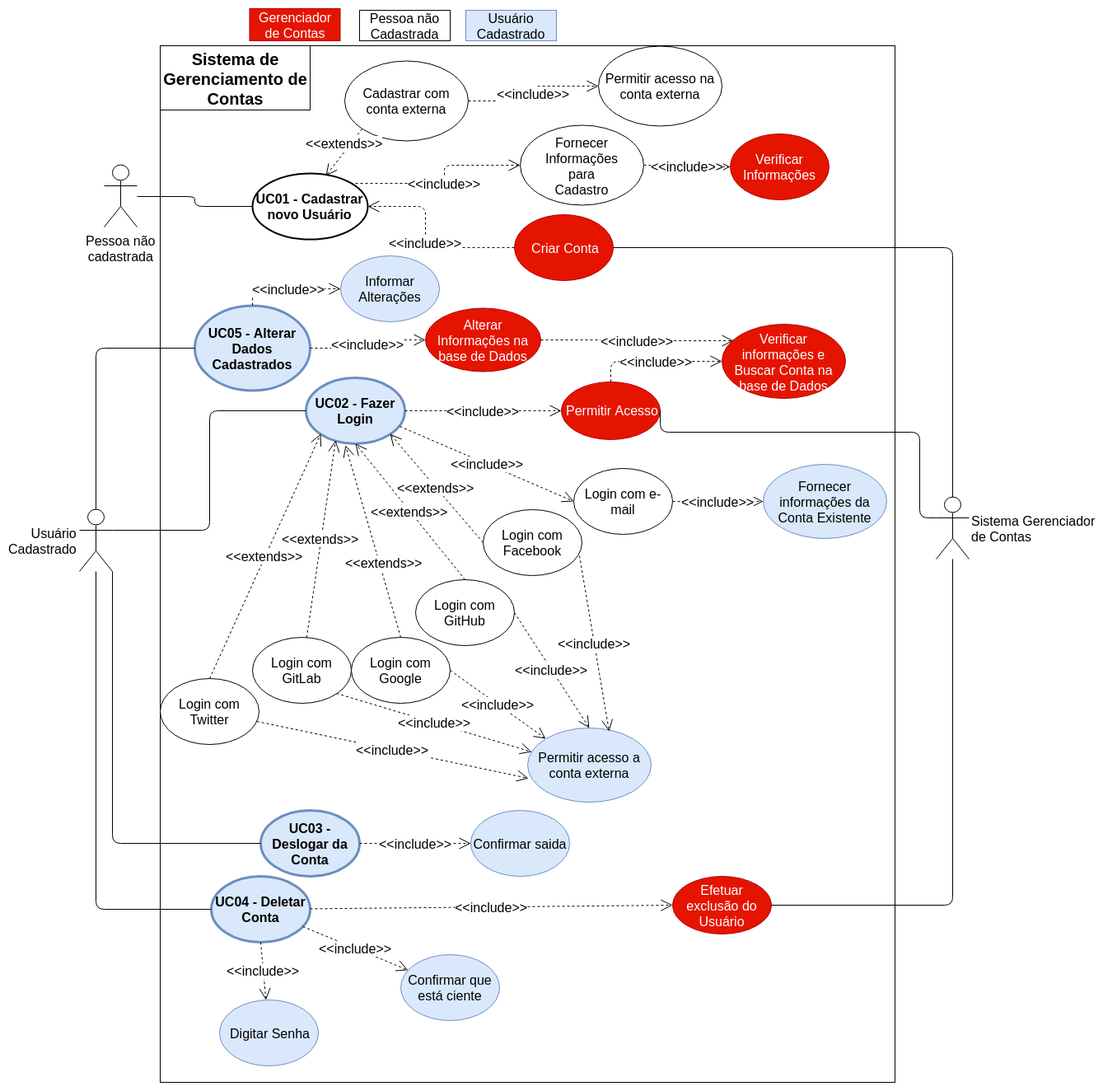
Earlier version of the draw.io export docs/img/Modelagem/dcu2_contas.png (MarcosNBJ/2019.1-RocketChat). Source tidied: cells renumbered, new cells last; positions are measured from the earlier drawing's top-left corner, leaving out a move shared by most shapes.
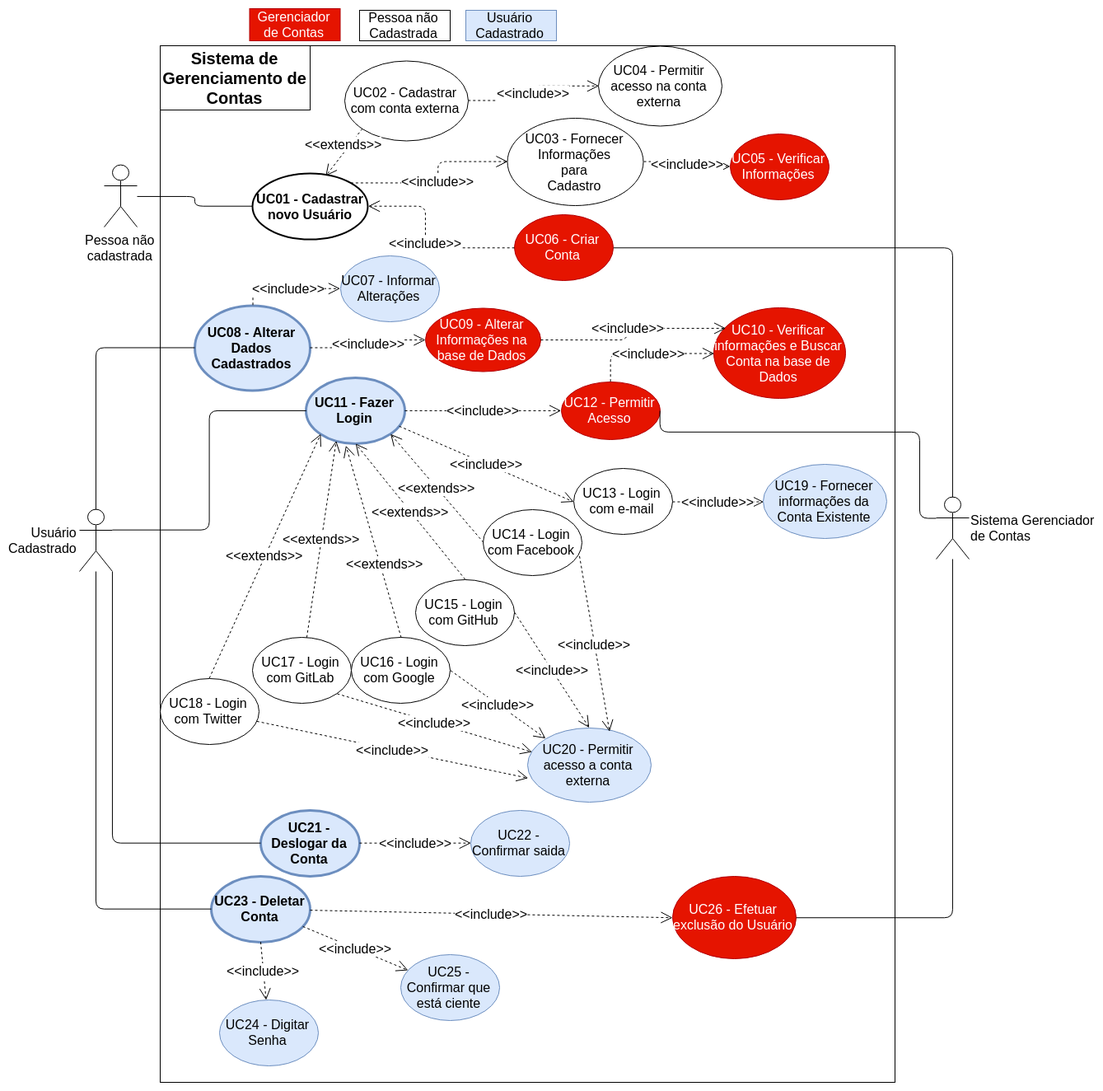
Above is the later version.

The edit, as a diff of the source:
```diff
@@ -11,17 +11,17 @@
     <mxCell id="4" value="Sistema Gerenciador&lt;br style=&quot;font-size: 16px;&quot;&gt;de Contas&lt;br style=&quot;font-size: 16px;&quot;&gt;" style="shape=umlActor;verticalLabelPosition=middle;labelBackgroundColor=#ffffff;verticalAlign=middle;html=1;outlineConnect=0;fontSize=16;labelPosition=right;align=left;" parent="1" vertex="1">
       <mxGeometry x="1040" y="593" width="40" height="75" as="geometry" />
     </mxCell>
-    <mxCell id="5" value="UC02 - Fazer Login&lt;br style=&quot;font-size: 16px&quot;&gt;" style="ellipse;whiteSpace=wrap;html=1;fillColor=#dae8fc;strokeColor=#6c8ebf;strokeWidth=3;fontStyle=1;fontSize=16;" parent="1" vertex="1">
+    <mxCell id="5" value="UC11 - Fazer Login&lt;br style=&quot;font-size: 16px&quot;&gt;" style="ellipse;whiteSpace=wrap;html=1;fillColor=#dae8fc;strokeColor=#6c8ebf;strokeWidth=3;fontStyle=1;fontSize=16;" parent="1" vertex="1">
       <mxGeometry x="275" y="448" width="120" height="80" as="geometry" />
     </mxCell>
-    <mxCell id="6" value="Fornecer&lt;br style=&quot;font-size: 16px&quot;&gt;informações da&lt;br style=&quot;font-size: 16px&quot;&gt;Conta Existente&lt;br style=&quot;font-size: 16px&quot;&gt;" style="ellipse;whiteSpace=wrap;html=1;fillColor=#dae8fc;strokeColor=#6c8ebf;fontSize=16;" parent="1" vertex="1">
+    <mxCell id="6" value="UC19 - Fornecer&lt;br style=&quot;font-size: 16px&quot;&gt;informações da&lt;br style=&quot;font-size: 16px&quot;&gt;Conta Existente&lt;br style=&quot;font-size: 16px&quot;&gt;" style="ellipse;whiteSpace=wrap;html=1;fillColor=#dae8fc;strokeColor=#6c8ebf;fontSize=16;" parent="1" vertex="1">
       <mxGeometry x="830" y="553" width="150" height="90" as="geometry" />
     </mxCell>
     <mxCell id="7" value="UC01 - Cadastrar novo Usuário&lt;br style=&quot;font-size: 16px&quot;&gt;" style="ellipse;whiteSpace=wrap;html=1;fontStyle=1;strokeWidth=2;fontSize=16;" parent="1" vertex="1">
       <mxGeometry x="210" y="200" width="140" height="80" as="geometry" />
     </mxCell>
-    <mxCell id="8" value="Fornecer Informações&lt;br style=&quot;font-size: 16px;&quot;&gt;para&lt;br style=&quot;font-size: 16px;&quot;&gt;Cadastro&lt;br style=&quot;font-size: 16px;&quot;&gt;" style="ellipse;whiteSpace=wrap;html=1;fontSize=16;" parent="1" vertex="1">
-      <mxGeometry x="535" y="141.5" width="150" height="97" as="geometry" />
+    <mxCell id="8" value="UC03 - Fornecer Informações&lt;br style=&quot;font-size: 16px&quot;&gt;para&lt;br style=&quot;font-size: 16px&quot;&gt;Cadastro&lt;br style=&quot;font-size: 16px&quot;&gt;" style="ellipse;whiteSpace=wrap;html=1;fontSize=16;" parent="1" vertex="1">
+      <mxGeometry x="520" y="133" width="165" height="106" as="geometry" />
     </mxCell>
     <mxCell id="9" style="endArrow=none;html=1;exitX=0;exitY=0.5;exitDx=0;exitDy=0;edgeStyle=orthogonalEdgeStyle;fontSize=16;entryX=1;entryY=0.3333333333333333;entryDx=0;entryDy=0;entryPerimeter=0;" parent="1" edge="1" source="5" target="3">
       <mxGeometry relative="1" as="geometry" />
@@ -32,11 +32,11 @@
     <mxCell id="11" value="&amp;lt;&amp;lt;include&amp;gt;&amp;gt;" style="endArrow=open;endSize=12;dashed=1;html=1;entryX=0;entryY=0.5;entryDx=0;entryDy=0;exitX=1;exitY=0;exitDx=0;exitDy=0;edgeStyle=orthogonalEdgeStyle;fontSize=16;" parent="1" edge="1" source="7" target="8">
       <mxGeometry relative="1" as="geometry" />
     </mxCell>
-    <mxCell id="12" value="Criar Conta&lt;br style=&quot;font-size: 16px;&quot;&gt;" style="ellipse;whiteSpace=wrap;html=1;fillColor=#e51400;strokeColor=#B20000;fontColor=#ffffff;fontSize=16;" parent="1" vertex="1">
+    <mxCell id="12" value="UC06 - Criar Conta&lt;br style=&quot;font-size: 16px&quot;&gt;" style="ellipse;whiteSpace=wrap;html=1;fillColor=#e51400;strokeColor=#B20000;fontColor=#ffffff;fontSize=16;" parent="1" vertex="1">
       <mxGeometry x="528" y="250" width="120" height="80" as="geometry" />
     </mxCell>
-    <mxCell id="13" value="Verificar informações e Buscar Conta na base de Dados&lt;br style=&quot;font-size: 16px;&quot;&gt;" style="ellipse;whiteSpace=wrap;html=1;fillColor=#e51400;strokeColor=#B20000;fontColor=#ffffff;fontSize=16;" parent="1" vertex="1">
-      <mxGeometry x="780" y="383" width="150" height="90" as="geometry" />
+    <mxCell id="13" value="UC10 - Verificar informações e Buscar Conta na base de Dados&lt;br style=&quot;font-size: 16px&quot;&gt;" style="ellipse;whiteSpace=wrap;html=1;fillColor=#e51400;strokeColor=#B20000;fontColor=#ffffff;fontSize=16;" parent="1" vertex="1">
+      <mxGeometry x="770" y="363" width="160" height="110" as="geometry" />
     </mxCell>
     <mxCell id="14" style="endArrow=none;html=1;exitX=1;exitY=0.5;exitDx=0;exitDy=0;edgeStyle=orthogonalEdgeStyle;fontSize=16;" parent="1" edge="1" source="12" target="4">
       <mxGeometry relative="1" as="geometry" />
@@ -55,7 +55,7 @@
     <mxCell id="17" value="&amp;lt;&amp;lt;include&amp;gt;&amp;gt;" style="endArrow=open;endSize=12;dashed=1;html=1;edgeStyle=orthogonalEdgeStyle;fontSize=16;exitX=1;exitY=0.5;exitDx=0;exitDy=0;entryX=0;entryY=0.5;entryDx=0;entryDy=0;" parent="1" edge="1" source="35" target="6">
       <mxGeometry relative="1" as="geometry" />
     </mxCell>
-    <mxCell id="18" value="Permitir Acesso" style="ellipse;whiteSpace=wrap;html=1;fillColor=#e51400;strokeColor=#B20000;fontColor=#ffffff;fontSize=16;" parent="1" vertex="1">
+    <mxCell id="18" value="UC12 - Permitir Acesso" style="ellipse;whiteSpace=wrap;html=1;fillColor=#e51400;strokeColor=#B20000;fontColor=#ffffff;fontSize=16;" parent="1" vertex="1">
       <mxGeometry x="585" y="452.5" width="120" height="70" as="geometry" />
     </mxCell>
     <mxCell id="19" style="endArrow=none;html=1;exitX=1;exitY=0.5;exitDx=0;exitDy=0;edgeStyle=orthogonalEdgeStyle;fontSize=16;entryX=0;entryY=0.3333333333333333;entryDx=0;entryDy=0;entryPerimeter=0;" parent="1" edge="1" source="18" target="4">
@@ -81,10 +81,10 @@
     <mxCell id="24" value="Usuário Cadastrado" style="rounded=0;whiteSpace=wrap;html=1;fillColor=#dae8fc;strokeColor=#6c8ebf;fontSize=16;" parent="1" vertex="1">
       <mxGeometry x="469" y="2" width="110" height="37" as="geometry" />
     </mxCell>
-    <mxCell id="25" value="UC05 - Alterar Dados&lt;br style=&quot;font-size: 16px&quot;&gt;Cadastrados&lt;br style=&quot;font-size: 16px&quot;&gt;" style="ellipse;whiteSpace=wrap;html=1;fillColor=#dae8fc;strokeColor=#6c8ebf;fontSize=16;strokeWidth=3;fontStyle=1;" parent="1" vertex="1">
+    <mxCell id="25" value="UC08 - Alterar Dados&lt;br style=&quot;font-size: 16px&quot;&gt;Cadastrados&lt;br style=&quot;font-size: 16px&quot;&gt;" style="ellipse;whiteSpace=wrap;html=1;fillColor=#dae8fc;strokeColor=#6c8ebf;fontSize=16;strokeWidth=3;fontStyle=1;" parent="1" vertex="1">
       <mxGeometry x="140" y="360" width="140" height="103" as="geometry" />
     </mxCell>
-    <mxCell id="26" value="Informar Alterações" style="ellipse;whiteSpace=wrap;html=1;fillColor=#dae8fc;strokeColor=#6c8ebf;fontSize=16;" parent="1" vertex="1">
+    <mxCell id="26" value="UC07 - Informar Alterações" style="ellipse;whiteSpace=wrap;html=1;fillColor=#dae8fc;strokeColor=#6c8ebf;fontSize=16;" parent="1" vertex="1">
       <mxGeometry x="316.5" y="300" width="120" height="80" as="geometry" />
     </mxCell>
     <mxCell id="27" style="endArrow=none;html=1;exitX=0;exitY=0.5;exitDx=0;exitDy=0;edgeStyle=orthogonalEdgeStyle;fontSize=16;" parent="1" edge="1" source="25" target="3">
@@ -93,10 +93,10 @@
     <mxCell id="28" value="&amp;lt;&amp;lt;include&amp;gt;&amp;gt;" style="endArrow=open;endSize=12;dashed=1;html=1;entryX=0;entryY=0.5;entryDx=0;entryDy=0;exitX=0.5;exitY=0;exitDx=0;exitDy=0;edgeStyle=orthogonalEdgeStyle;fontSize=16;" parent="1" edge="1" source="25" target="26">
       <mxGeometry relative="1" as="geometry" />
     </mxCell>
-    <mxCell id="29" value="Verificar Informações&lt;br style=&quot;font-size: 16px;&quot;&gt;" style="ellipse;whiteSpace=wrap;html=1;fillColor=#e51400;strokeColor=#B20000;fontColor=#ffffff;fontSize=16;" parent="1" vertex="1">
+    <mxCell id="29" value="UC05 - Verificar Informações&lt;br style=&quot;font-size: 16px&quot;&gt;" style="ellipse;whiteSpace=wrap;html=1;fillColor=#e51400;strokeColor=#B20000;fontColor=#ffffff;fontSize=16;" parent="1" vertex="1">
       <mxGeometry x="790" y="151.5" width="120" height="80" as="geometry" />
     </mxCell>
-    <mxCell id="30" value="Alterar Informações na base de Dados" style="ellipse;whiteSpace=wrap;html=1;fillColor=#e51400;strokeColor=#B20000;fontColor=#ffffff;fontSize=16;" parent="1" vertex="1">
+    <mxCell id="30" value="UC09 - Alterar Informações na base de Dados" style="ellipse;whiteSpace=wrap;html=1;fillColor=#e51400;strokeColor=#B20000;fontColor=#ffffff;fontSize=16;" parent="1" vertex="1">
       <mxGeometry x="420" y="363" width="140" height="77" as="geometry" />
     </mxCell>
     <mxCell id="31" value="&amp;lt;&amp;lt;include&amp;gt;&amp;gt;" style="endArrow=open;endSize=12;dashed=1;html=1;entryX=0;entryY=0.5;entryDx=0;entryDy=0;exitX=1;exitY=0.5;exitDx=0;exitDy=0;edgeStyle=orthogonalEdgeStyle;fontSize=16;" parent="1" edge="1" source="25" target="30">
@@ -111,16 +111,16 @@
     <mxCell id="34" value="&amp;lt;&amp;lt;include&amp;gt;&amp;gt;" style="endArrow=open;endSize=12;dashed=1;html=1;edgeStyle=orthogonalEdgeStyle;fontSize=16;" parent="1" edge="1" source="8" target="29">
       <mxGeometry relative="1" as="geometry" />
     </mxCell>
-    <mxCell id="35" value="Login com e-mail" style="ellipse;whiteSpace=wrap;html=1;strokeWidth=1;fontSize=16;" parent="1" vertex="1">
+    <mxCell id="35" value="UC13 - Login com e-mail" style="ellipse;whiteSpace=wrap;html=1;strokeWidth=1;fontSize=16;" parent="1" vertex="1">
       <mxGeometry x="600" y="558" width="120" height="80" as="geometry" />
     </mxCell>
-    <mxCell id="36" value="Login com Facebook" style="ellipse;whiteSpace=wrap;html=1;strokeWidth=1;fontSize=16;" parent="1" vertex="1">
+    <mxCell id="36" value="UC14 - Login com Facebook" style="ellipse;whiteSpace=wrap;html=1;strokeWidth=1;fontSize=16;" parent="1" vertex="1">
       <mxGeometry x="490" y="608" width="120" height="80" as="geometry" />
     </mxCell>
-    <mxCell id="37" value="Login com GitHub" style="ellipse;whiteSpace=wrap;html=1;strokeWidth=1;fontSize=16;" parent="1" vertex="1">
+    <mxCell id="37" value="UC15 - Login com GitHub" style="ellipse;whiteSpace=wrap;html=1;strokeWidth=1;fontSize=16;" parent="1" vertex="1">
       <mxGeometry x="408" y="693" width="120" height="80" as="geometry" />
     </mxCell>
-    <mxCell id="38" value="Login com Google" style="ellipse;whiteSpace=wrap;html=1;strokeWidth=1;fontSize=16;" parent="1" vertex="1">
+    <mxCell id="38" value="UC16 - Login com Google" style="ellipse;whiteSpace=wrap;html=1;strokeWidth=1;fontSize=16;" parent="1" vertex="1">
       <mxGeometry x="330" y="763" width="120" height="80" as="geometry" />
     </mxCell>
     <mxCell id="39" value="&amp;lt;&amp;lt;include&amp;gt;&amp;gt;" style="endArrow=open;endSize=12;dashed=1;html=1;fontSize=16;entryX=0;entryY=0.5;entryDx=0;entryDy=0;exitX=0.948;exitY=0.734;exitDx=0;exitDy=0;exitPerimeter=0;" parent="1" edge="1" source="5" target="35">
@@ -135,10 +135,10 @@
     <mxCell id="42" value="&amp;lt;&amp;lt;extends&amp;gt;&amp;gt;" style="endArrow=open;endSize=12;dashed=1;html=1;fontSize=16;exitX=0.5;exitY=0;exitDx=0;exitDy=0;entryX=0.401;entryY=1.024;entryDx=0;entryDy=0;entryPerimeter=0;" parent="1" edge="1" source="38" target="5">
       <mxGeometry x="-0.24" y="-6" relative="1" as="geometry" />
     </mxCell>
-    <mxCell id="43" value="UC04 - Deletar Conta&lt;br style=&quot;font-size: 16px&quot;&gt;" style="ellipse;whiteSpace=wrap;html=1;fillColor=#dae8fc;strokeColor=#6c8ebf;strokeWidth=3;fontStyle=1;fontSize=16;" parent="1" vertex="1">
+    <mxCell id="43" value="UC23 - Deletar Conta&lt;br style=&quot;font-size: 16px&quot;&gt;" style="ellipse;whiteSpace=wrap;html=1;fillColor=#dae8fc;strokeColor=#6c8ebf;strokeWidth=3;fontStyle=1;fontSize=16;" parent="1" vertex="1">
       <mxGeometry x="160" y="1053" width="120" height="80" as="geometry" />
     </mxCell>
-    <mxCell id="44" value="Permitir acesso a conta externa&lt;br style=&quot;font-size: 16px&quot;&gt;" style="ellipse;whiteSpace=wrap;html=1;fillColor=#dae8fc;strokeColor=#6c8ebf;fontSize=16;" parent="1" vertex="1">
+    <mxCell id="44" value="UC20 - Permitir acesso a conta externa&lt;br style=&quot;font-size: 16px&quot;&gt;" style="ellipse;whiteSpace=wrap;html=1;fillColor=#dae8fc;strokeColor=#6c8ebf;fontSize=16;" parent="1" vertex="1">
       <mxGeometry x="544" y="873" width="150" height="90" as="geometry" />
     </mxCell>
     <mxCell id="45" value="&amp;lt;&amp;lt;include&amp;gt;&amp;gt;" style="endArrow=open;endSize=12;dashed=1;html=1;fontSize=16;entryX=0.663;entryY=0.042;entryDx=0;entryDy=0;exitX=0.977;exitY=0.703;exitDx=0;exitDy=0;exitPerimeter=0;entryPerimeter=0;" parent="1" edge="1" source="36" target="44">
@@ -153,10 +153,10 @@
     <mxCell id="48" style="endArrow=none;html=1;edgeStyle=orthogonalEdgeStyle;fontSize=16;exitX=0;exitY=0.5;exitDx=0;exitDy=0;" parent="1" edge="1" source="43" target="3">
       <mxGeometry relative="1" as="geometry" />
     </mxCell>
-    <mxCell id="49" value="Login com Twitter" style="ellipse;whiteSpace=wrap;html=1;strokeWidth=1;fontSize=16;" parent="1" vertex="1">
+    <mxCell id="49" value="UC18 - Login com Twitter" style="ellipse;whiteSpace=wrap;html=1;strokeWidth=1;fontSize=16;" parent="1" vertex="1">
       <mxGeometry x="98" y="813" width="120" height="80" as="geometry" />
     </mxCell>
-    <mxCell id="50" value="Login com GitLab" style="ellipse;whiteSpace=wrap;html=1;strokeWidth=1;fontSize=16;" parent="1" vertex="1">
+    <mxCell id="50" value="UC17 - Login com GitLab" style="ellipse;whiteSpace=wrap;html=1;strokeWidth=1;fontSize=16;" parent="1" vertex="1">
       <mxGeometry x="210" y="763" width="120" height="80" as="geometry" />
     </mxCell>
     <mxCell id="51" value="&amp;lt;&amp;lt;extends&amp;gt;&amp;gt;" style="endArrow=open;endSize=12;dashed=1;html=1;fontSize=16;entryX=0.302;entryY=0.953;entryDx=0;entryDy=0;entryPerimeter=0;" parent="1" edge="1" source="50" target="5">
@@ -171,16 +171,16 @@
     <mxCell id="54" value="&amp;lt;&amp;lt;include&amp;gt;&amp;gt;" style="endArrow=open;endSize=12;dashed=1;html=1;fontSize=16;entryX=0.008;entryY=0.681;entryDx=0;entryDy=0;entryPerimeter=0;" parent="1" edge="1" source="49" target="44">
       <mxGeometry relative="1" as="geometry" />
     </mxCell>
-    <mxCell id="55" value="Cadastrar com conta externa&lt;br style=&quot;font-size: 16px&quot;&gt;" style="ellipse;whiteSpace=wrap;html=1;fontSize=16;" parent="1" vertex="1">
+    <mxCell id="55" value="UC02 - Cadastrar com conta externa&lt;br style=&quot;font-size: 16px&quot;&gt;" style="ellipse;whiteSpace=wrap;html=1;fontSize=16;" parent="1" vertex="1">
       <mxGeometry x="321.5" y="63" width="150" height="97" as="geometry" />
     </mxCell>
     <mxCell id="56" value="&amp;lt;&amp;lt;extends&amp;gt;&amp;gt;" style="endArrow=open;endSize=12;dashed=1;html=1;fontSize=16;entryX=0.634;entryY=0.038;entryDx=0;entryDy=0;entryPerimeter=0;exitX=0;exitY=1;exitDx=0;exitDy=0;" parent="1" edge="1" source="55" target="7">
       <mxGeometry x="-0.24" y="-6" relative="1" as="geometry" />
     </mxCell>
-    <mxCell id="57" value="Permitir acesso na conta externa&lt;br style=&quot;font-size: 16px&quot;&gt;" style="ellipse;whiteSpace=wrap;html=1;fontSize=16;" parent="1" vertex="1">
+    <mxCell id="57" value="UC04 - Permitir acesso na conta externa&lt;br style=&quot;font-size: 16px&quot;&gt;" style="ellipse;whiteSpace=wrap;html=1;fontSize=16;" parent="1" vertex="1">
       <mxGeometry x="630" y="45" width="150" height="97" as="geometry" />
     </mxCell>
-    <mxCell id="58" value="UC03 - Deslogar da Conta&lt;br style=&quot;font-size: 16px&quot;&gt;" style="ellipse;whiteSpace=wrap;html=1;fillColor=#dae8fc;strokeColor=#6c8ebf;strokeWidth=3;fontStyle=1;fontSize=16;" parent="1" vertex="1">
+    <mxCell id="58" value="UC21 - Deslogar da Conta&lt;br style=&quot;font-size: 16px&quot;&gt;" style="ellipse;whiteSpace=wrap;html=1;fillColor=#dae8fc;strokeColor=#6c8ebf;strokeWidth=3;fontStyle=1;fontSize=16;" parent="1" vertex="1">
       <mxGeometry x="220" y="973" width="120" height="80" as="geometry" />
     </mxCell>
     <mxCell id="59" style="endArrow=none;html=1;edgeStyle=orthogonalEdgeStyle;fontSize=16;exitX=0;exitY=0.5;exitDx=0;exitDy=0;entryX=1;entryY=1;entryDx=0;entryDy=0;entryPerimeter=0;" parent="1" edge="1" source="58" target="3">
@@ -189,26 +189,26 @@
     <mxCell id="60" value="&amp;lt;&amp;lt;include&amp;gt;&amp;gt;" style="endArrow=open;endSize=12;dashed=1;html=1;edgeStyle=orthogonalEdgeStyle;fontSize=16;exitX=1;exitY=0.5;exitDx=0;exitDy=0;entryX=0;entryY=0.5;entryDx=0;entryDy=0;" parent="1" edge="1" source="55" target="57">
       <mxGeometry relative="1" as="geometry" />
     </mxCell>
-    <mxCell id="61" value="Confirmar saida&lt;br style=&quot;font-size: 16px&quot;&gt;" style="ellipse;whiteSpace=wrap;html=1;fillColor=#dae8fc;strokeColor=#6c8ebf;strokeWidth=1;fontStyle=0;fontSize=16;" parent="1" vertex="1">
+    <mxCell id="61" value="UC22 - Confirmar saida&lt;br style=&quot;font-size: 16px&quot;&gt;" style="ellipse;whiteSpace=wrap;html=1;fillColor=#dae8fc;strokeColor=#6c8ebf;strokeWidth=1;fontStyle=0;fontSize=16;" parent="1" vertex="1">
       <mxGeometry x="475" y="973" width="120" height="80" as="geometry" />
     </mxCell>
     <mxCell id="62" value="&amp;lt;&amp;lt;include&amp;gt;&amp;gt;" style="endArrow=open;endSize=12;dashed=1;html=1;fontSize=16;entryX=0;entryY=0.5;entryDx=0;entryDy=0;exitX=1;exitY=0.5;exitDx=0;exitDy=0;" parent="1" edge="1" source="58" target="61">
       <mxGeometry relative="1" as="geometry" />
     </mxCell>
-    <mxCell id="63" value="Digitar Senha&lt;br style=&quot;font-size: 16px&quot;&gt;" style="ellipse;whiteSpace=wrap;html=1;fillColor=#dae8fc;strokeColor=#6c8ebf;strokeWidth=1;fontStyle=0;fontSize=16;" parent="1" vertex="1">
+    <mxCell id="63" value="UC24 - Digitar Senha&lt;br style=&quot;font-size: 16px&quot;&gt;" style="ellipse;whiteSpace=wrap;html=1;fillColor=#dae8fc;strokeColor=#6c8ebf;strokeWidth=1;fontStyle=0;fontSize=16;" parent="1" vertex="1">
       <mxGeometry x="170" y="1203" width="120" height="80" as="geometry" />
     </mxCell>
     <mxCell id="64" value="&amp;lt;&amp;lt;include&amp;gt;&amp;gt;" style="endArrow=open;endSize=12;dashed=1;html=1;fontSize=16;exitX=0.5;exitY=1;exitDx=0;exitDy=0;" parent="1" edge="1" source="43" target="63">
       <mxGeometry relative="1" as="geometry" />
     </mxCell>
-    <mxCell id="65" value="Confirmar que está ciente&lt;br style=&quot;font-size: 16px&quot;&gt;" style="ellipse;whiteSpace=wrap;html=1;fillColor=#dae8fc;strokeColor=#6c8ebf;strokeWidth=1;fontStyle=0;fontSize=16;" parent="1" vertex="1">
+    <mxCell id="65" value="UC25 - Confirmar que está ciente&lt;br style=&quot;font-size: 16px&quot;&gt;" style="ellipse;whiteSpace=wrap;html=1;fillColor=#dae8fc;strokeColor=#6c8ebf;strokeWidth=1;fontStyle=0;fontSize=16;" parent="1" vertex="1">
       <mxGeometry x="390" y="1148" width="120" height="80" as="geometry" />
     </mxCell>
     <mxCell id="66" value="&amp;lt;&amp;lt;include&amp;gt;&amp;gt;" style="endArrow=open;endSize=12;dashed=1;html=1;fontSize=16;" parent="1" edge="1" source="43" target="65">
       <mxGeometry relative="1" as="geometry" />
     </mxCell>
-    <mxCell id="67" value="Efetuar exclusão do Usuário" style="ellipse;whiteSpace=wrap;html=1;fillColor=#e51400;strokeColor=#B20000;fontColor=#ffffff;fontSize=16;" parent="1" vertex="1">
-      <mxGeometry x="720" y="1053" width="120" height="70" as="geometry" />
+    <mxCell id="67" value="UC26 - Efetuar exclusão do Usuário" style="ellipse;whiteSpace=wrap;html=1;fillColor=#e51400;strokeColor=#B20000;fontColor=#ffffff;fontSize=16;" parent="1" vertex="1">
+      <mxGeometry x="720" y="1053" width="150" height="100" as="geometry" />
     </mxCell>
     <mxCell id="68" value="&amp;lt;&amp;lt;include&amp;gt;&amp;gt;" style="endArrow=open;endSize=12;dashed=1;html=1;fontSize=16;entryX=0;entryY=0.5;entryDx=0;entryDy=0;" parent="1" edge="1" source="43" target="67">
       <mxGeometry relative="1" as="geometry" />
```
